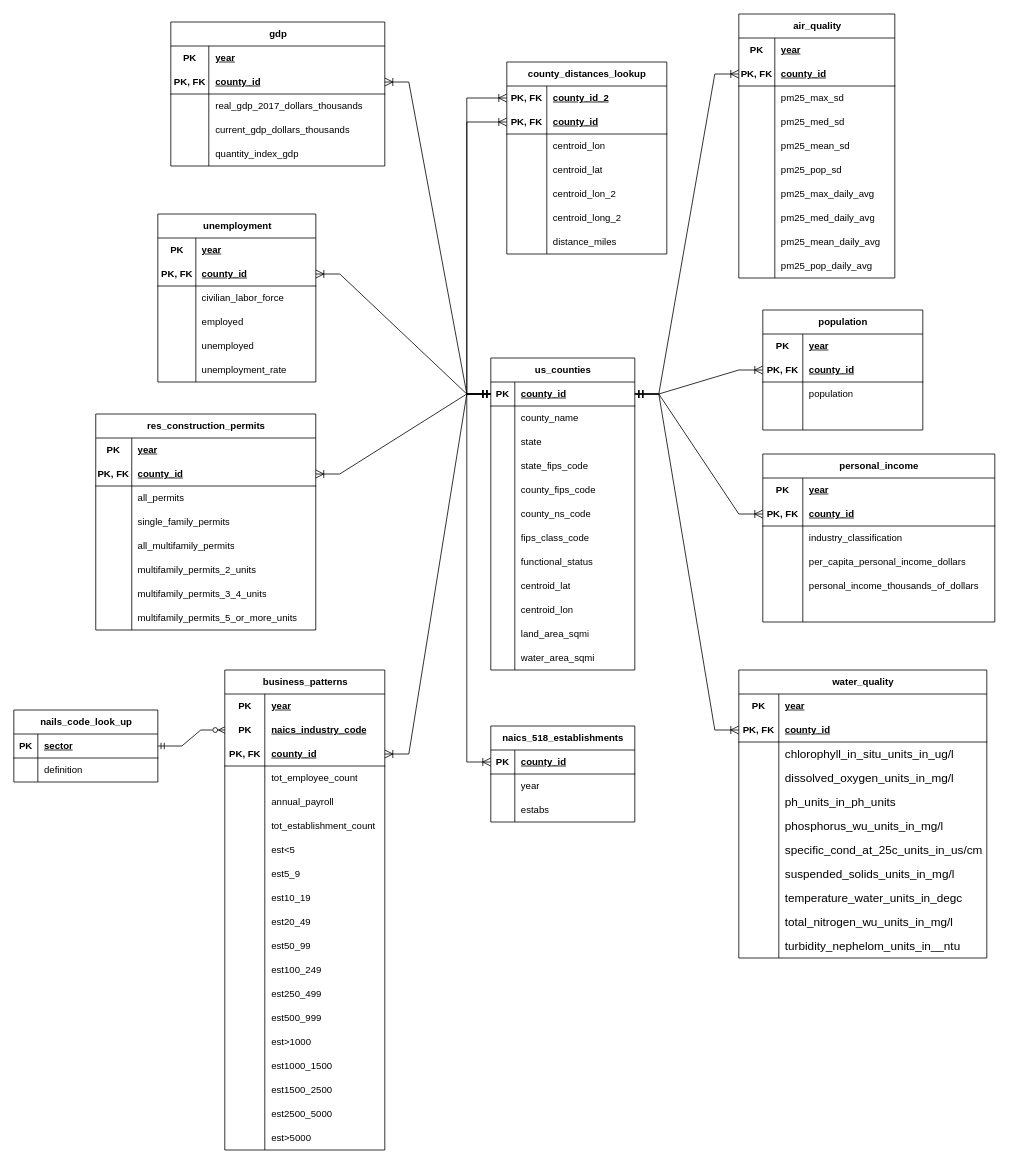
This is db_documentation/capstone_db_erd.drawio from LoganRosell/local-economic-impact-of-data-centers-workbook, a draw.io file, before an edit. Source tidied: cells renumbered, new cells numbered last; positions are measured from the earlier drawing's top-left corner, leaving out a move shared by most shapes. Both pictures are drawn from the tidied source at 80%, with x=0, y=0 at pixel (14, 14).
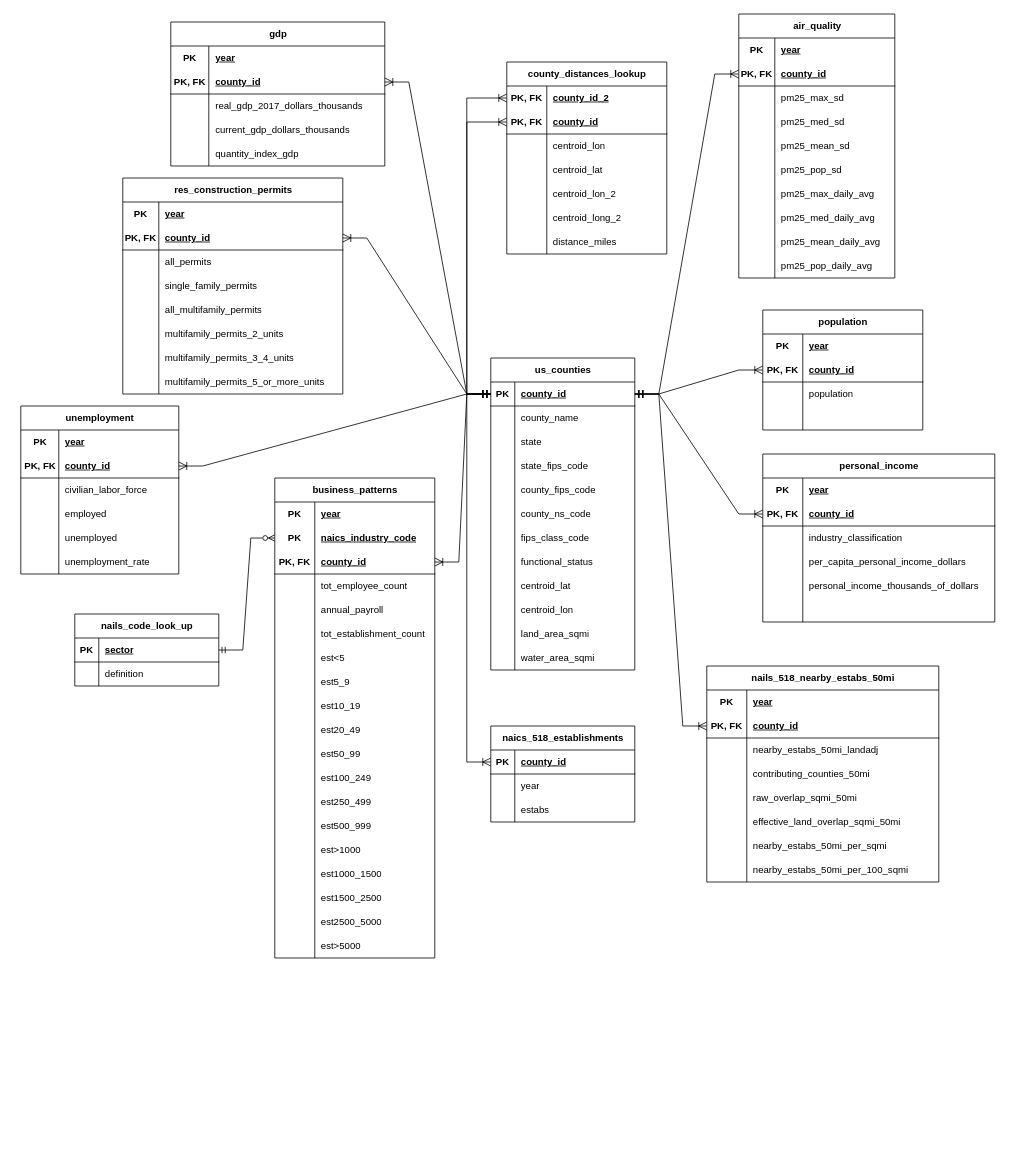
The same page after the edit.

Commit message (it also covers changes not shown here):
chore: update tables in ERD

Unchanged cells that the change refers to:
```xml
<mxCell id="3" style="shape=tableRow;horizontal=0;startSize=0;swimlaneHead=0;swimlaneBody=0;fillColor=none;points=[[0,0.5],[1,0.5]];portConstraint=eastwest;top=0;left=0;right=0;bottom=1;" parent="2" vertex="1">
  <mxGeometry y="30" width="180" height="30" as="geometry" />
</mxCell>
```

What changed in the source:
```diff
@@
     <mxCell id="87" value="res_construction_permits" style="shape=table;startSize=30;childLayout=tableLayout;rowLines=0;fontStyle=1;align=center;html=1;" parent="1" vertex="1">
-      <mxGeometry x="102.2" y="500" width="275" height="270" as="geometry" />
+      <mxGeometry x="136" y="205" width="275" height="270" as="geometry" />
     </mxCell>
@@
     <mxCell id="112" value="unemployment" style="shape=table;startSize=30;childLayout=tableLayout;rowLines=0;fontStyle=1;align=center;html=1;" parent="1" vertex="1">
-      <mxGeometry x="179.8" y="250" width="197.5" height="210" as="geometry" />
+      <mxGeometry x="8.5" y="490" width="197.5" height="210" as="geometry" />
     </mxCell>
@@
-    <mxCell id="168" value="water_quality" style="shape=table;startSize=30;childLayout=tableLayout;rowLines=0;fontStyle=1;align=center;html=1;" parent="1" vertex="1">
-      <mxGeometry x="906" y="820" width="310" height="360" as="geometry" />
-    </mxCell>
-    <mxCell id="169" style="shape=tableRow;horizontal=0;startSize=0;swimlaneHead=0;swimlaneBody=0;fillColor=none;top=0;left=0;right=0;bottom=0;" parent="168" vertex="1">
-      <mxGeometry y="30" width="310" height="30" as="geometry" />
-    </mxCell>
-    <mxCell id="170" value="&lt;b&gt;PK&lt;/b&gt;" style="shape=partialRectangle;fillColor=none;top=0;left=0;bottom=0;right=0;overflow=hidden;whiteSpace=wrap;html=1;" parent="169" vertex="1">
-      <mxGeometry width="50" height="30" as="geometry" />
-    </mxCell>
-    <mxCell id="171" value="&lt;b&gt;&lt;u&gt;year&lt;/u&gt;&lt;/b&gt;" style="shape=partialRectangle;fillColor=none;top=0;left=0;bottom=0;right=0;align=left;spacingLeft=6;overflow=hidden;whiteSpace=wrap;html=1;" parent="169" vertex="1">
-      <mxGeometry x="50" width="260" height="30" as="geometry" />
-    </mxCell>
-    <mxCell id="172" style="shape=tableRow;horizontal=0;startSize=0;swimlaneHead=0;swimlaneBody=0;fillColor=none;points=[[0,0.5],[1,0.5]];portConstraint=eastwest;top=0;left=0;right=0;bottom=1;" parent="168" vertex="1">
-      <mxGeometry y="60" width="310" height="30" as="geometry" />
-    </mxCell>
-    <mxCell id="173" value="PK, FK" style="shape=partialRectangle;fillColor=none;top=0;left=0;bottom=0;right=0;fontStyle=1;overflow=hidden;whiteSpace=wrap;html=1;" parent="172" vertex="1">
-      <mxGeometry width="50" height="30" as="geometry" />
-    </mxCell>
-    <mxCell id="174" value="county_id" style="shape=partialRectangle;fillColor=none;top=0;left=0;bottom=0;right=0;align=left;spacingLeft=6;fontStyle=5;overflow=hidden;whiteSpace=wrap;html=1;" parent="172" vertex="1">
-      <mxGeometry x="50" width="260" height="30" as="geometry" />
-    </mxCell>
-    <mxCell id="175" style="shape=tableRow;horizontal=0;startSize=0;swimlaneHead=0;swimlaneBody=0;fillColor=none;top=0;left=0;right=0;bottom=0;" parent="168" vertex="1">
-      <mxGeometry y="90" width="310" height="30" as="geometry" />
-    </mxCell>
-    <mxCell id="176" style="shape=partialRectangle;fillColor=none;top=0;left=0;bottom=0;right=0;overflow=hidden;whiteSpace=wrap;html=1;" parent="175" vertex="1">
-      <mxGeometry width="50" height="30" as="geometry" />
-    </mxCell>
-    <mxCell id="177" value="&lt;span id=&quot;docs-internal-guid-d64aa602-7fff-0054-14ee-3f08d5731c49&quot;&gt;&lt;span style=&quot;font-size: 11pt; font-family: Arial, sans-serif; font-variant-ligatures: normal; font-variant-alternates: normal; font-variant-numeric: normal; font-variant-east-asian: normal; font-variant-position: normal; vertical-align: baseline; white-space: pre-wrap;&quot;&gt;chlorophyll_in_situ_units_in_ug/l&lt;/span&gt;&lt;/span&gt;" style="shape=partialRectangle;fillColor=none;top=0;left=0;bottom=0;right=0;align=left;spacingLeft=6;overflow=hidden;whiteSpace=wrap;html=1;" parent="175" vertex="1">
-      <mxGeometry x="50" width="260" height="30" as="geometry" />
-    </mxCell>
-    <mxCell id="178" style="shape=tableRow;horizontal=0;startSize=0;swimlaneHead=0;swimlaneBody=0;fillColor=none;top=0;left=0;right=0;bottom=0;" parent="168" vertex="1">
-      <mxGeometry y="120" width="310" height="30" as="geometry" />
-    </mxCell>
-    <mxCell id="179" style="shape=partialRectangle;fillColor=none;top=0;left=0;bottom=0;right=0;overflow=hidden;whiteSpace=wrap;html=1;" parent="178" vertex="1">
-      <mxGeometry width="50" height="30" as="geometry" />
-    </mxCell>
-    <mxCell id="180" value="&lt;span id=&quot;docs-internal-guid-ab9194b4-7fff-40c5-46a1-ad476bd3c639&quot;&gt;&lt;span style=&quot;font-size: 11pt; font-family: Arial, sans-serif; font-variant-ligatures: normal; font-variant-alternates: normal; font-variant-numeric: normal; font-variant-east-asian: normal; font-variant-position: normal; vertical-align: baseline; white-space: pre-wrap;&quot;&gt;dissolved_oxygen_units_in_mg/l&lt;/span&gt;&lt;/span&gt;" style="shape=partialRectangle;fillColor=none;top=0;left=0;bottom=0;right=0;align=left;spacingLeft=6;overflow=hidden;whiteSpace=wrap;html=1;" parent="178" vertex="1">
-      <mxGeometry x="50" width="260" height="30" as="geometry" />
-    </mxCell>
-    <mxCell id="181" style="shape=tableRow;horizontal=0;startSize=0;swimlaneHead=0;swimlaneBody=0;fillColor=none;top=0;left=0;right=0;bottom=0;" parent="168" vertex="1">
-      <mxGeometry y="150" width="310" height="30" as="geometry" />
-    </mxCell>
-    <mxCell id="182" style="shape=partialRectangle;fillColor=none;top=0;left=0;bottom=0;right=0;overflow=hidden;whiteSpace=wrap;html=1;" parent="181" vertex="1">
-      <mxGeometry width="50" height="30" as="geometry" />
-    </mxCell>
-    <mxCell id="183" value="&lt;span id=&quot;docs-internal-guid-73c5e5fa-7fff-6a24-f791-77d614a94f3e&quot;&gt;&lt;span style=&quot;font-size: 11pt; font-family: Arial, sans-serif; font-variant-ligatures: normal; font-variant-alternates: normal; font-variant-numeric: normal; font-variant-east-asian: normal; font-variant-position: normal; vertical-align: baseline; white-space: pre-wrap;&quot;&gt;ph_units_in_ph_units&lt;/span&gt;&lt;/span&gt;" style="shape=partialRectangle;fillColor=none;top=0;left=0;bottom=0;right=0;align=left;spacingLeft=6;overflow=hidden;whiteSpace=wrap;html=1;" parent="181" vertex="1">
-      <mxGeometry x="50" width="260" height="30" as="geometry" />
-    </mxCell>
-    <mxCell id="184" style="shape=tableRow;horizontal=0;startSize=0;swimlaneHead=0;swimlaneBody=0;fillColor=none;top=0;left=0;right=0;bottom=0;" parent="168" vertex="1">
-      <mxGeometry y="180" width="310" height="30" as="geometry" />
-    </mxCell>
-    <mxCell id="185" style="shape=partialRectangle;fillColor=none;top=0;left=0;bottom=0;right=0;overflow=hidden;whiteSpace=wrap;html=1;" parent="184" vertex="1">
-      <mxGeometry width="50" height="30" as="geometry" />
-    </mxCell>
-    <mxCell id="186" value="&lt;span id=&quot;docs-internal-guid-f09b69d0-7fff-b703-8e15-954602a58804&quot;&gt;&lt;span style=&quot;font-size: 11pt; font-family: Arial, sans-serif; font-variant-ligatures: normal; font-variant-alternates: normal; font-variant-numeric: normal; font-variant-east-asian: normal; font-variant-position: normal; vertical-align: baseline; white-space: pre-wrap;&quot;&gt;phosphorus_wu_units_in_mg/l &lt;/span&gt;&lt;/span&gt;" style="shape=partialRectangle;fillColor=none;top=0;left=0;bottom=0;right=0;align=left;spacingLeft=6;overflow=hidden;whiteSpace=wrap;html=1;" parent="184" vertex="1">
-      <mxGeometry x="50" width="260" height="30" as="geometry" />
-    </mxCell>
-    <mxCell id="187" style="shape=tableRow;horizontal=0;startSize=0;swimlaneHead=0;swimlaneBody=0;fillColor=none;top=0;left=0;right=0;bottom=0;" parent="168" vertex="1">
-      <mxGeometry y="210" width="310" height="30" as="geometry" />
-    </mxCell>
-    <mxCell id="188" style="shape=partialRectangle;fillColor=none;top=0;left=0;bottom=0;right=0;overflow=hidden;whiteSpace=wrap;html=1;" parent="187" vertex="1">
-      <mxGeometry width="50" height="30" as="geometry" />
-    </mxCell>
-    <mxCell id="189" value="&lt;span id=&quot;docs-internal-guid-1ad50780-7fff-efe2-1405-b8bddede53e7&quot;&gt;&lt;span style=&quot;font-size: 11pt; font-family: Arial, sans-serif; font-variant-ligatures: normal; font-variant-alternates: normal; font-variant-numeric: normal; font-variant-east-asian: normal; font-variant-position: normal; vertical-align: baseline; white-space: pre-wrap;&quot;&gt;specific_cond_at_25c_units_in_us/cm&lt;/span&gt;&lt;/span&gt;" style="shape=partialRectangle;fillColor=none;top=0;left=0;bottom=0;right=0;align=left;spacingLeft=6;overflow=hidden;whiteSpace=wrap;html=1;" parent="187" vertex="1">
-      <mxGeometry x="50" width="260" height="30" as="geometry" />
-    </mxCell>
-    <mxCell id="190" style="shape=tableRow;horizontal=0;startSize=0;swimlaneHead=0;swimlaneBody=0;fillColor=none;top=0;left=0;right=0;bottom=0;" parent="168" vertex="1">
-      <mxGeometry y="240" width="310" height="30" as="geometry" />
-    </mxCell>
-    <mxCell id="191" style="shape=partialRectangle;fillColor=none;top=0;left=0;bottom=0;right=0;overflow=hidden;whiteSpace=wrap;html=1;" parent="190" vertex="1">
-      <mxGeometry width="50" height="30" as="geometry" />
-    </mxCell>
-    <mxCell id="192" value="&lt;span id=&quot;docs-internal-guid-abc653da-7fff-11b6-3d63-214353dd4eed&quot;&gt;&lt;span style=&quot;font-size: 11pt; font-family: Arial, sans-serif; font-variant-ligatures: normal; font-variant-alternates: normal; font-variant-numeric: normal; font-variant-east-asian: normal; font-variant-position: normal; vertical-align: baseline; white-space: pre-wrap;&quot;&gt;suspended_solids_units_in_mg/l&lt;/span&gt;&lt;/span&gt;" style="shape=partialRectangle;fillColor=none;top=0;left=0;bottom=0;right=0;align=left;spacingLeft=6;overflow=hidden;whiteSpace=wrap;html=1;" parent="190" vertex="1">
-      <mxGeometry x="50" width="260" height="30" as="geometry" />
-    </mxCell>
-    <mxCell id="193" style="shape=tableRow;horizontal=0;startSize=0;swimlaneHead=0;swimlaneBody=0;fillColor=none;top=0;left=0;right=0;bottom=0;" parent="168" vertex="1">
-      <mxGeometry y="270" width="310" height="30" as="geometry" />
-    </mxCell>
-    <mxCell id="194" style="shape=partialRectangle;fillColor=none;top=0;left=0;bottom=0;right=0;overflow=hidden;whiteSpace=wrap;html=1;" parent="193" vertex="1">
-      <mxGeometry width="50" height="30" as="geometry" />
-    </mxCell>
-    <mxCell id="195" value="&lt;span id=&quot;docs-internal-guid-665a7ff5-7fff-3566-b2ce-44ed4a413209&quot;&gt;&lt;span style=&quot;font-size: 11pt; font-family: Arial, sans-serif; font-variant-ligatures: normal; font-variant-alternates: normal; font-variant-numeric: normal; font-variant-east-asian: normal; font-variant-position: normal; vertical-align: baseline; white-space: pre-wrap;&quot;&gt;temperature_water_units_in_degc&lt;/span&gt;&lt;/span&gt;" style="shape=partialRectangle;fillColor=none;top=0;left=0;bottom=0;right=0;align=left;spacingLeft=6;overflow=hidden;whiteSpace=wrap;html=1;" parent="193" vertex="1">
-      <mxGeometry x="50" width="260" height="30" as="geometry" />
-    </mxCell>
-    <mxCell id="196" style="shape=tableRow;horizontal=0;startSize=0;swimlaneHead=0;swimlaneBody=0;fillColor=none;top=0;left=0;right=0;bottom=0;" parent="168" vertex="1">
-      <mxGeometry y="300" width="310" height="30" as="geometry" />
-    </mxCell>
-    <mxCell id="197" style="shape=partialRectangle;fillColor=none;top=0;left=0;bottom=0;right=0;overflow=hidden;whiteSpace=wrap;html=1;" parent="196" vertex="1">
-      <mxGeometry width="50" height="30" as="geometry" />
-    </mxCell>
-    <mxCell id="198" value="&lt;span id=&quot;docs-internal-guid-d183460f-7fff-58a2-b4d5-dc5279361509&quot;&gt;&lt;span style=&quot;font-size: 11pt; font-family: Arial, sans-serif; font-variant-ligatures: normal; font-variant-alternates: normal; font-variant-numeric: normal; font-variant-east-asian: normal; font-variant-position: normal; vertical-align: baseline; white-space: pre-wrap;&quot;&gt;total_nitrogen_wu_units_in_mg/l&lt;/span&gt;&lt;/span&gt;" style="shape=partialRectangle;fillColor=none;top=0;left=0;bottom=0;right=0;align=left;spacingLeft=6;overflow=hidden;whiteSpace=wrap;html=1;" parent="196" vertex="1">
-      <mxGeometry x="50" width="260" height="30" as="geometry" />
-    </mxCell>
-    <mxCell id="199" style="shape=tableRow;horizontal=0;startSize=0;swimlaneHead=0;swimlaneBody=0;fillColor=none;top=0;left=0;right=0;bottom=0;" parent="168" vertex="1">
-      <mxGeometry y="330" width="310" height="30" as="geometry" />
-    </mxCell>
-    <mxCell id="200" style="shape=partialRectangle;fillColor=none;top=0;left=0;bottom=0;right=0;overflow=hidden;whiteSpace=wrap;html=1;" parent="199" vertex="1">
-      <mxGeometry width="50" height="30" as="geometry" />
-    </mxCell>
-    <mxCell id="201" value="&lt;span id=&quot;docs-internal-guid-c1e71cdd-7fff-836d-11d7-c2e8a12a90c8&quot;&gt;&lt;span style=&quot;font-size: 11pt; font-family: Arial, sans-serif; font-variant-ligatures: normal; font-variant-alternates: normal; font-variant-numeric: normal; font-variant-east-asian: normal; font-variant-position: normal; vertical-align: baseline; white-space: pre-wrap;&quot;&gt;turbidity_nephelom_units_in__ntu&lt;/span&gt;&lt;/span&gt;" style="shape=partialRectangle;fillColor=none;top=0;left=0;bottom=0;right=0;align=left;spacingLeft=6;overflow=hidden;whiteSpace=wrap;html=1;" parent="199" vertex="1">
-      <mxGeometry x="50" width="260" height="30" as="geometry" />
-    </mxCell>
-    <mxCell id="202" style="edgeStyle=entityRelationEdgeStyle;fontSize=12;html=1;endArrow=ERoneToMany;startArrow=ERmandOne;rounded=0;startSize=8;endSize=8;curved=0;exitX=1;exitY=0.5;exitDx=0;exitDy=0;entryX=0;entryY=0.5;entryDx=0;entryDy=0;" parent="1" edge="1" source="3" target="172">
-      <mxGeometry relative="1" as="geometry" />
-    </mxCell>
@@
     <mxCell id="214" value="business_patterns" style="shape=table;startSize=30;childLayout=tableLayout;rowLines=0;fontStyle=1;align=center;html=1;" parent="1" vertex="1">
-      <mxGeometry x="263.5" y="820" width="200" height="600" as="geometry" />
+      <mxGeometry x="326" y="580" width="200" height="600" as="geometry" />
     </mxCell>
@@
     <mxCell id="273" value="nails_code_look_up" style="shape=table;startSize=30;childLayout=tableLayout;rowLines=0;fontStyle=1;align=center;html=1;" parent="1" vertex="1">
-      <mxGeometry x="-0.2" y="870" width="180" height="90" as="geometry" />
+      <mxGeometry x="76" y="750" width="180" height="90" as="geometry" />
     </mxCell>
@@
+    <mxCell id="305" value="nails_518_nearby_estabs_50mi" style="shape=table;startSize=30;childLayout=tableLayout;rowLines=0;fontStyle=1;align=center;html=1;" parent="1" vertex="1">
+      <mxGeometry x="866" y="815" width="290" height="270" as="geometry" />
+    </mxCell>
+    <mxCell id="306" style="shape=tableRow;horizontal=0;startSize=0;swimlaneHead=0;swimlaneBody=0;fillColor=none;top=0;left=0;right=0;bottom=0;" parent="305" vertex="1">
+      <mxGeometry y="30" width="290" height="30" as="geometry" />
+    </mxCell>
+    <mxCell id="170" value="&lt;b&gt;PK&lt;/b&gt;" style="shape=partialRectangle;fillColor=none;top=0;left=0;bottom=0;right=0;overflow=hidden;whiteSpace=wrap;html=1;" parent="306" vertex="1">
+      <mxGeometry width="50" height="30" as="geometry" />
+    </mxCell>
+    <mxCell id="171" value="&lt;b&gt;&lt;u&gt;year&lt;/u&gt;&lt;/b&gt;" style="shape=partialRectangle;fillColor=none;top=0;left=0;bottom=0;right=0;align=left;spacingLeft=6;overflow=hidden;whiteSpace=wrap;html=1;" parent="306" vertex="1">
+      <mxGeometry x="50" width="240" height="30" as="geometry" />
+    </mxCell>
+    <mxCell id="307" style="shape=tableRow;horizontal=0;startSize=0;swimlaneHead=0;swimlaneBody=0;fillColor=none;points=[[0,0.5],[1,0.5]];portConstraint=eastwest;top=0;left=0;right=0;bottom=1;" parent="305" vertex="1">
+      <mxGeometry y="60" width="290" height="30" as="geometry" />
+    </mxCell>
+    <mxCell id="173" value="PK, FK" style="shape=partialRectangle;fillColor=none;top=0;left=0;bottom=0;right=0;fontStyle=1;overflow=hidden;whiteSpace=wrap;html=1;" parent="307" vertex="1">
+      <mxGeometry width="50" height="30" as="geometry" />
+    </mxCell>
+    <mxCell id="174" value="county_id" style="shape=partialRectangle;fillColor=none;top=0;left=0;bottom=0;right=0;align=left;spacingLeft=6;fontStyle=5;overflow=hidden;whiteSpace=wrap;html=1;" parent="307" vertex="1">
+      <mxGeometry x="50" width="240" height="30" as="geometry" />
+    </mxCell>
+    <mxCell id="308" style="shape=tableRow;horizontal=0;startSize=0;swimlaneHead=0;swimlaneBody=0;fillColor=none;top=0;left=0;right=0;bottom=0;" parent="305" vertex="1">
+      <mxGeometry y="90" width="290" height="30" as="geometry" />
+    </mxCell>
+    <mxCell id="309" style="shape=partialRectangle;fillColor=none;top=0;left=0;bottom=0;right=0;overflow=hidden;whiteSpace=wrap;html=1;" parent="308" vertex="1">
+      <mxGeometry width="50" height="30" as="geometry" />
+    </mxCell>
+    <mxCell id="310" value="nearby_estabs_50mi_landadj" style="shape=partialRectangle;fillColor=none;top=0;left=0;bottom=0;right=0;align=left;spacingLeft=6;overflow=hidden;whiteSpace=wrap;html=1;" parent="308" vertex="1">
+      <mxGeometry x="50" width="240" height="30" as="geometry" />
+    </mxCell>
+    <mxCell id="311" style="shape=tableRow;horizontal=0;startSize=0;swimlaneHead=0;swimlaneBody=0;fillColor=none;top=0;left=0;right=0;bottom=0;" parent="305" vertex="1">
+      <mxGeometry y="120" width="290" height="30" as="geometry" />
+    </mxCell>
+    <mxCell id="312" style="shape=partialRectangle;fillColor=none;top=0;left=0;bottom=0;right=0;overflow=hidden;whiteSpace=wrap;html=1;" parent="311" vertex="1">
+      <mxGeometry width="50" height="30" as="geometry" />
+    </mxCell>
+    <mxCell id="313" value="contributing_counties_50mi" style="shape=partialRectangle;fillColor=none;top=0;left=0;bottom=0;right=0;align=left;spacingLeft=6;overflow=hidden;whiteSpace=wrap;html=1;" parent="311" vertex="1">
+      <mxGeometry x="50" width="240" height="30" as="geometry" />
+    </mxCell>
+    <mxCell id="314" style="shape=tableRow;horizontal=0;startSize=0;swimlaneHead=0;swimlaneBody=0;fillColor=none;top=0;left=0;right=0;bottom=0;" parent="305" vertex="1">
+      <mxGeometry y="150" width="290" height="30" as="geometry" />
+    </mxCell>
+    <mxCell id="315" style="shape=partialRectangle;fillColor=none;top=0;left=0;bottom=0;right=0;overflow=hidden;whiteSpace=wrap;html=1;" parent="314" vertex="1">
+      <mxGeometry width="50" height="30" as="geometry" />
+    </mxCell>
+    <mxCell id="316" value="raw_overlap_sqmi_50mi" style="shape=partialRectangle;fillColor=none;top=0;left=0;bottom=0;right=0;align=left;spacingLeft=6;overflow=hidden;whiteSpace=wrap;html=1;" parent="314" vertex="1">
+      <mxGeometry x="50" width="240" height="30" as="geometry" />
+    </mxCell>
+    <mxCell id="317" style="shape=tableRow;horizontal=0;startSize=0;swimlaneHead=0;swimlaneBody=0;fillColor=none;top=0;left=0;right=0;bottom=0;" parent="305" vertex="1">
+      <mxGeometry y="180" width="290" height="30" as="geometry" />
+    </mxCell>
+    <mxCell id="318" style="shape=partialRectangle;fillColor=none;top=0;left=0;bottom=0;right=0;overflow=hidden;whiteSpace=wrap;html=1;" parent="317" vertex="1">
+      <mxGeometry width="50" height="30" as="geometry" />
+    </mxCell>
+    <mxCell id="319" value="effective_land_overlap_sqmi_50mi" style="shape=partialRectangle;fillColor=none;top=0;left=0;bottom=0;right=0;align=left;spacingLeft=6;overflow=hidden;whiteSpace=wrap;html=1;" parent="317" vertex="1">
+      <mxGeometry x="50" width="240" height="30" as="geometry" />
+    </mxCell>
+    <mxCell id="320" style="shape=tableRow;horizontal=0;startSize=0;swimlaneHead=0;swimlaneBody=0;fillColor=none;top=0;left=0;right=0;bottom=0;" parent="305" vertex="1">
+      <mxGeometry y="210" width="290" height="30" as="geometry" />
+    </mxCell>
+    <mxCell id="321" style="shape=partialRectangle;fillColor=none;top=0;left=0;bottom=0;right=0;overflow=hidden;whiteSpace=wrap;html=1;" parent="320" vertex="1">
+      <mxGeometry width="50" height="30" as="geometry" />
+    </mxCell>
+    <mxCell id="322" value="nearby_estabs_50mi_per_sqmi" style="shape=partialRectangle;fillColor=none;top=0;left=0;bottom=0;right=0;align=left;spacingLeft=6;overflow=hidden;whiteSpace=wrap;html=1;" parent="320" vertex="1">
+      <mxGeometry x="50" width="240" height="30" as="geometry" />
+    </mxCell>
+    <mxCell id="323" style="shape=tableRow;horizontal=0;startSize=0;swimlaneHead=0;swimlaneBody=0;fillColor=none;top=0;left=0;right=0;bottom=0;" parent="305" vertex="1">
+      <mxGeometry y="240" width="290" height="30" as="geometry" />
+    </mxCell>
+    <mxCell id="324" style="shape=partialRectangle;fillColor=none;top=0;left=0;bottom=0;right=0;overflow=hidden;whiteSpace=wrap;html=1;" parent="323" vertex="1">
+      <mxGeometry width="50" height="30" as="geometry" />
+    </mxCell>
+    <mxCell id="325" value="nearby_estabs_50mi_per_100_sqmi" style="shape=partialRectangle;fillColor=none;top=0;left=0;bottom=0;right=0;align=left;spacingLeft=6;overflow=hidden;whiteSpace=wrap;html=1;" parent="323" vertex="1">
+      <mxGeometry x="50" width="240" height="30" as="geometry" />
+    </mxCell>
+    <mxCell id="326" style="edgeStyle=entityRelationEdgeStyle;fontSize=12;html=1;endArrow=ERoneToMany;startArrow=ERmandOne;rounded=0;startSize=8;endSize=8;curved=0;exitX=1;exitY=0.5;exitDx=0;exitDy=0;entryX=0;entryY=0.5;entryDx=0;entryDy=0;" parent="1" edge="1" source="3" target="307">
+      <mxGeometry relative="1" as="geometry" />
+    </mxCell>
```
